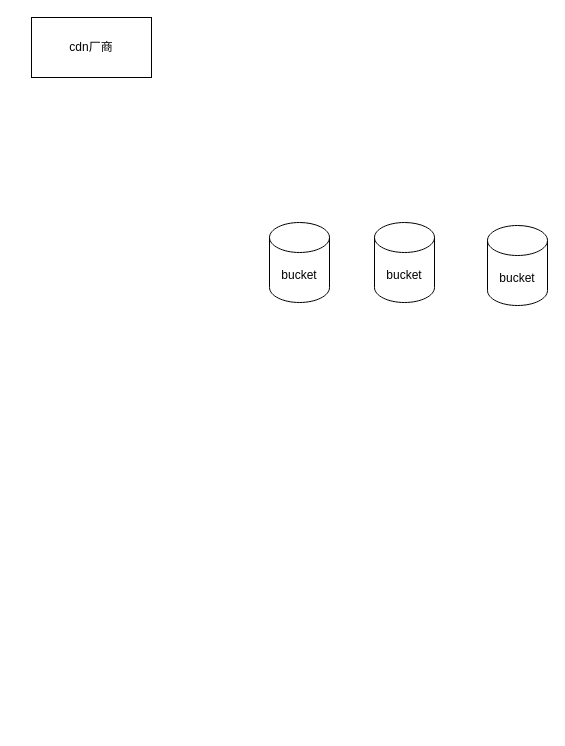
Earlier version of the draw.io diagram page "存储架构" (21 of 21) of 系统架构0.drawio (joeytang/imgs). Source tidied: cells renumbered, new cells numbered last; positions are measured from the earlier drawing's top-left corner, leaving out a move shared by most shapes. Both pictures are drawn from the tidied source at 100%, with x=0, y=0 at pixel (31, 17).
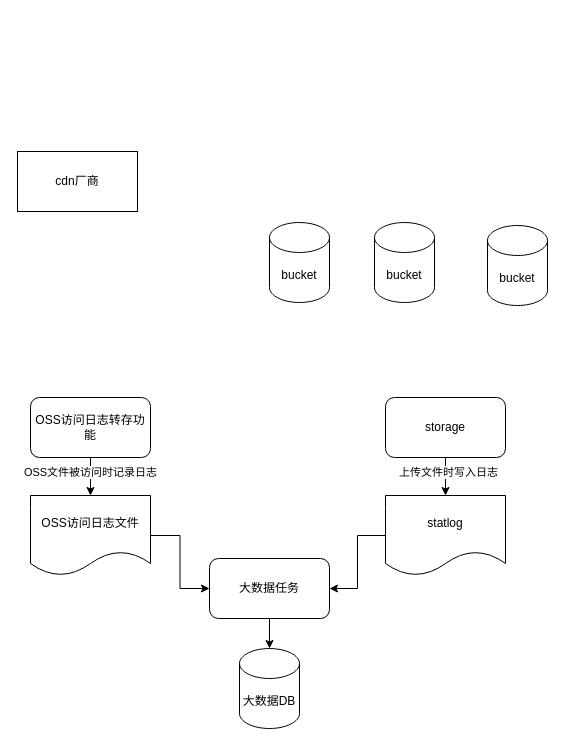
Above is the later version.

Diff of the diagram source:
```diff
@@
     <mxCell id="2" value="cdn厂商" style="rounded=0;whiteSpace=wrap;html=1;" parent="1" vertex="1">
-      <mxGeometry width="120" height="60" as="geometry" />
+      <mxGeometry x="-14" y="134" width="120" height="60" as="geometry" />
     </mxCell>
@@
+    <mxCell id="6" style="edgeStyle=orthogonalEdgeStyle;rounded=0;jettySize=auto;html=1;" parent="1" edge="1" source="7" target="12">
+      <mxGeometry relative="1" as="geometry" />
+    </mxCell>
+    <mxCell id="7" value="statlog" style="shape=document;whiteSpace=wrap;html=1;boundedLbl=1;" parent="1" vertex="1">
+      <mxGeometry x="354" y="478" width="120" height="80" as="geometry" />
+    </mxCell>
+    <mxCell id="8" style="edgeStyle=orthogonalEdgeStyle;rounded=0;jettySize=auto;html=1;" parent="1" edge="1" source="10" target="7">
+      <mxGeometry relative="1" as="geometry" />
+    </mxCell>
+    <mxCell id="9" value="上传文件时写入日志" style="edgeLabel;html=1;align=center;verticalAlign=middle;" parent="8" vertex="1">
+      <mxGeometry x="-0.4" y="2" relative="1" as="geometry">
+        <mxPoint y="1" as="offset" />
+      </mxGeometry>
+    </mxCell>
+    <mxCell id="10" value="storage" style="rounded=1;whiteSpace=wrap;html=1;" parent="1" vertex="1">
+      <mxGeometry x="354" y="380" width="120" height="60" as="geometry" />
+    </mxCell>
+    <mxCell id="11" style="edgeStyle=orthogonalEdgeStyle;rounded=0;jettySize=auto;html=1;" parent="1" edge="1" source="12" target="13">
+      <mxGeometry relative="1" as="geometry" />
+    </mxCell>
+    <mxCell id="12" value="大数据任务" style="rounded=1;whiteSpace=wrap;html=1;" parent="1" vertex="1">
+      <mxGeometry x="178" y="541" width="120" height="60" as="geometry" />
+    </mxCell>
+    <mxCell id="13" value="大数据DB" style="shape=cylinder3;whiteSpace=wrap;html=1;boundedLbl=1;backgroundOutline=1;size=15;" parent="1" vertex="1">
+      <mxGeometry x="208" y="631" width="60" height="80" as="geometry" />
+    </mxCell>
+    <mxCell id="14" style="edgeStyle=orthogonalEdgeStyle;rounded=0;orthogonalLoop=1;jettySize=auto;html=1;exitX=0.5;exitY=1;exitDx=0;exitDy=0;" parent="1" edge="1" source="12" target="12">
+      <mxGeometry relative="1" as="geometry" />
+    </mxCell>
+    <mxCell id="15" style="edgeStyle=orthogonalEdgeStyle;rounded=0;jettySize=auto;html=1;" parent="1" edge="1" source="17" target="19">
+      <mxGeometry relative="1" as="geometry" />
+    </mxCell>
+    <mxCell id="16" value="OSS文件被访问时记录日志" style="edgeLabel;html=1;align=center;verticalAlign=middle;" parent="15" vertex="1">
+      <mxGeometry x="-0.4" y="-1" relative="1" as="geometry">
+        <mxPoint y="1" as="offset" />
+      </mxGeometry>
+    </mxCell>
+    <mxCell id="17" value="OSS访问日志转存功能" style="rounded=1;whiteSpace=wrap;html=1;" parent="1" vertex="1">
+      <mxGeometry x="-1" y="380" width="120" height="60" as="geometry" />
+    </mxCell>
+    <mxCell id="18" style="edgeStyle=orthogonalEdgeStyle;rounded=0;jettySize=auto;html=1;" parent="1" edge="1" source="19" target="12">
+      <mxGeometry relative="1" as="geometry" />
+    </mxCell>
+    <mxCell id="19" value="OSS访问日志文件" style="shape=document;whiteSpace=wrap;html=1;boundedLbl=1;" parent="1" vertex="1">
+      <mxGeometry x="-1" y="478" width="120" height="80" as="geometry" />
+    </mxCell>
```
